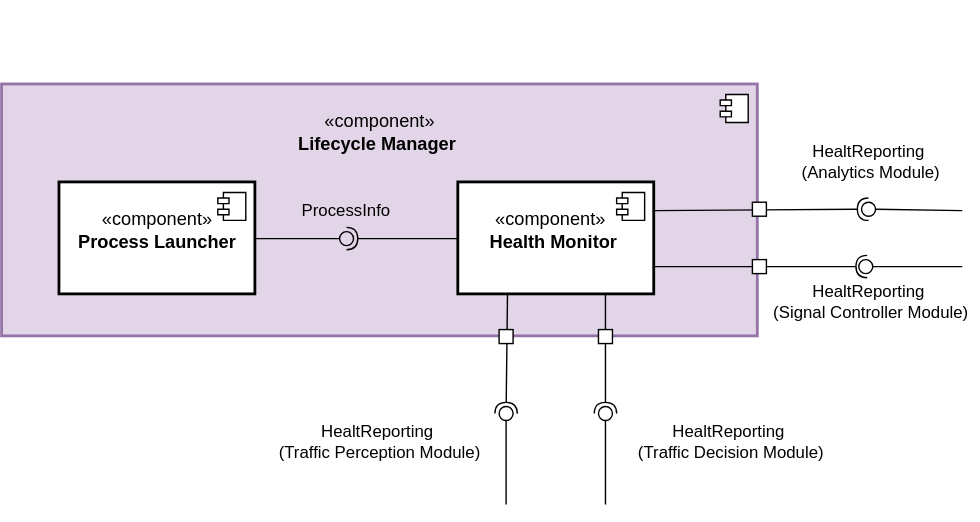
PhamTranDucHanh/adaptive_traffic_light keeps this draw.io diagram as docs/04_design/Component Diagrams/Life Manager Component.drawio.svg. Above is the earlier version. Source tidied: cells renumbered, new cells last; positions are measured from the earlier drawing's top-left corner, leaving out a move shared by most shapes.
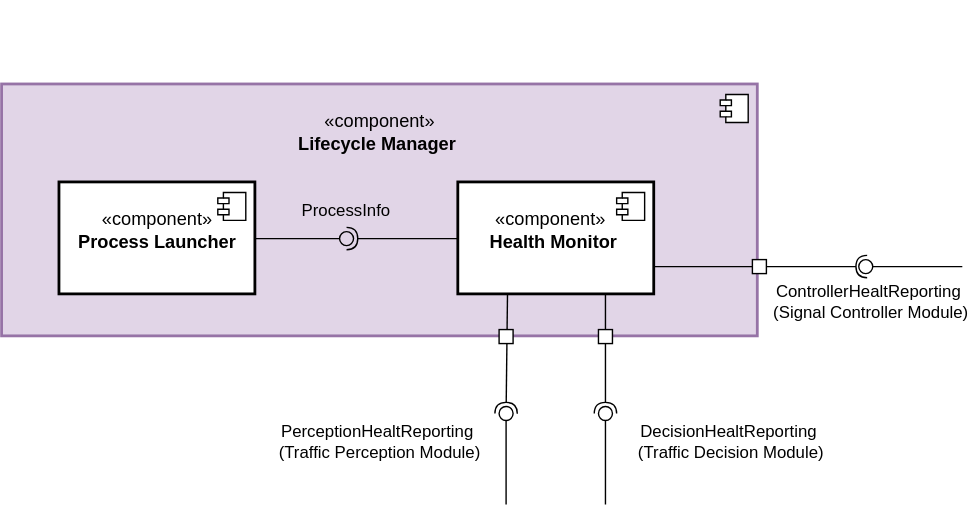
The same diagram one commit later.

Diff of the diagram source:
```diff
@@ -57,35 +57,21 @@
     <mxCell id="15" value="ProcessInfo" style="text;html=1;whiteSpace=wrap;strokeColor=none;fillColor=none;align=center;verticalAlign=middle;rounded=0;" parent="1" vertex="1">
       <mxGeometry x="216" y="135" width="60" height="30" as="geometry" />
     </mxCell>
-    <mxCell id="16" value="HealtReporting&amp;nbsp;&lt;div&gt;(Traffic Perception Module)&lt;/div&gt;" style="text;html=1;whiteSpace=wrap;strokeColor=none;fillColor=none;align=center;verticalAlign=middle;rounded=0;" parent="1" vertex="1">
+    <mxCell id="16" value="PerceptionHealtReporting&amp;nbsp;&lt;div&gt;(Traffic Perception Module)&lt;/div&gt;" style="text;html=1;whiteSpace=wrap;strokeColor=none;fillColor=none;align=center;verticalAlign=middle;rounded=0;" parent="1" vertex="1">
       <mxGeometry x="195" y="300" width="150" height="30" as="geometry" />
     </mxCell>
-    <mxCell id="17" value="HealtReporting&amp;nbsp;&lt;div&gt;(Traffic Decision Module)&lt;/div&gt;" style="text;html=1;whiteSpace=wrap;strokeColor=none;fillColor=none;align=center;verticalAlign=middle;rounded=0;" parent="1" vertex="1">
+    <mxCell id="17" value="DecisionHealtReporting&amp;nbsp;&lt;div&gt;(Traffic Decision Module)&lt;/div&gt;" style="text;html=1;whiteSpace=wrap;strokeColor=none;fillColor=none;align=center;verticalAlign=middle;rounded=0;" parent="1" vertex="1">
       <mxGeometry x="446" y="300" width="150" height="30" as="geometry" />
     </mxCell>
-    <mxCell id="18" style="rounded=0;jettySize=auto;html=1;endArrow=halfCircle;endFill=0;endSize=6;strokeWidth=1;sketch=0;exitX=1;exitY=0.25;exitDx=0;exitDy=0;" parent="1" edge="1" source="4" target="21">
-      <mxGeometry relative="1" as="geometry" />
-    </mxCell>
     <mxCell id="19" style="rounded=0;jettySize=auto;html=1;endArrow=halfCircle;endFill=0;endSize=6;strokeWidth=1;sketch=0;exitX=1;exitY=0.75;exitDx=0;exitDy=0;" parent="1" edge="1" source="4" target="22">
       <mxGeometry relative="1" as="geometry" />
     </mxCell>
-    <mxCell id="20" style="rounded=0;jettySize=auto;html=1;endArrow=oval;endFill=0;sketch=0;sourcePerimeterSpacing=0;targetPerimeterSpacing=0;endSize=10;" parent="1" edge="1" target="21">
-      <mxGeometry relative="1" as="geometry">
-        <mxPoint x="686" y="150" as="sourcePoint" />
-      </mxGeometry>
-    </mxCell>
-    <mxCell id="21" style="ellipse;whiteSpace=wrap;html=1;align=center;fillColor=none;strokeColor=none;perimeter=centerPerimeter;points=[];outlineConnect=1;" parent="1" vertex="1">
-      <mxGeometry x="614" y="144" width="10" height="10" as="geometry" />
-    </mxCell>
     <mxCell id="22" style="ellipse;whiteSpace=wrap;html=1;align=center;fillColor=none;strokeColor=none;perimeter=centerPerimeter;points=[];outlineConnect=1;" parent="1" vertex="1">
       <mxGeometry x="613" y="185" width="10" height="10" as="geometry" />
     </mxCell>
-    <mxCell id="23" value="HealtReporting&amp;nbsp;&lt;div&gt;(Signal Controller Module)&lt;/div&gt;" style="text;html=1;whiteSpace=wrap;strokeColor=none;fillColor=none;align=center;verticalAlign=middle;rounded=0;" parent="1" vertex="1">
+    <mxCell id="23" value="ControllerHealtReporting&amp;nbsp;&lt;div&gt;(Signal Controller Module)&lt;/div&gt;" style="text;html=1;whiteSpace=wrap;strokeColor=none;fillColor=none;align=center;verticalAlign=middle;rounded=0;" parent="1" vertex="1">
       <mxGeometry x="546" y="200" width="150" height="30" as="geometry" />
     </mxCell>
-    <mxCell id="24" value="HealtReporting&amp;nbsp;&lt;div&gt;(Analytics Module)&lt;/div&gt;" style="text;html=1;whiteSpace=wrap;strokeColor=none;fillColor=none;align=center;verticalAlign=middle;rounded=0;" parent="1" vertex="1">
-      <mxGeometry x="546" y="100" width="150" height="30" as="geometry" />
-    </mxCell>
     <mxCell id="25" style="rounded=0;orthogonalLoop=1;jettySize=auto;html=1;endArrow=oval;endFill=0;sketch=0;sourcePerimeterSpacing=0;targetPerimeterSpacing=0;endSize=10;" parent="1" edge="1">
       <mxGeometry relative="1" as="geometry">
         <mxPoint x="686" y="190" as="sourcePoint" />
@@ -101,9 +87,6 @@
     <mxCell id="28" style="rounded=0;whiteSpace=wrap;html=1;" parent="1" vertex="1">
       <mxGeometry x="426" y="235" width="10" height="10" as="geometry" />
     </mxCell>
-    <mxCell id="29" style="rounded=0;whiteSpace=wrap;html=1;" parent="1" vertex="1">
-      <mxGeometry x="536" y="144" width="10" height="10" as="geometry" />
-    </mxCell>
     <mxCell id="30" style="rounded=0;whiteSpace=wrap;html=1;" parent="1" vertex="1">
       <mxGeometry x="536" y="185" width="10" height="10" as="geometry" />
     </mxCell>
```
